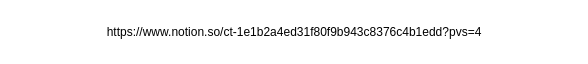
zalexdevon/water_quality_predictor keeps this draw.io diagram as bai_lam.drawio. Above is the earlier version. Source tidied: cells renumbered, new cells numbered last; positions are measured from the earlier drawing's top-left corner, leaving out a move shared by most shapes. Both pictures are drawn from the tidied source at 100%, with x=0, y=0 at pixel (17, 17).
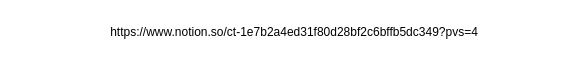
The same page after the edit.

Diff of the diagram source:
```diff
@@
 <mxGraphModel>
   <root>
     <mxCell id="0" />
     <mxCell id="1" parent="0" />
-    <mxCell id="2" value="https://www.notion.so/ct-1e1b2a4ed31f80f9b943c8376c4b1edd?pvs=4" style="text;html=1;align=center;verticalAlign=middle;whiteSpace=wrap;rounded=0;" parent="1" vertex="1">
+    <mxCell id="2" value="https://www.notion.so/ct-1e7b2a4ed31f80d28bf2c6bffb5dc349?pvs=4" style="text;html=1;align=center;verticalAlign=middle;whiteSpace=wrap;rounded=0;" parent="1" vertex="1">
       <mxGeometry width="554" height="30" as="geometry" />
     </mxCell>
   </root>
 </mxGraphModel>
```
